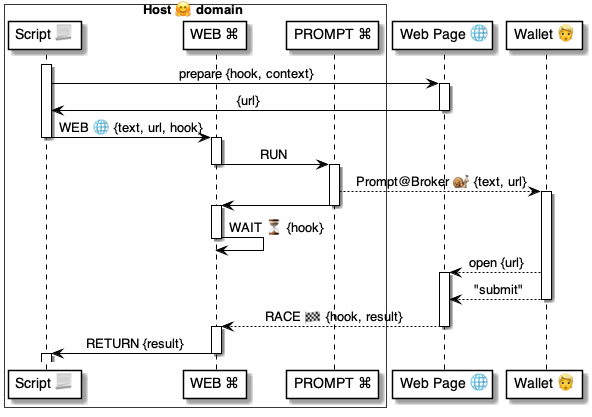
This is 4 ⚙️ Solution/37 Scripts 📃/📃 Prompts 🤔/🤔 Input ✏️ prompts/WEB 🌐/🌐 WEB ⚙️ uml.png from pollyweb-org/pollyweb-docs, a PlantUML export, as it was before one commit. Its source is kept beside it as 4 ⚙️ Solution/37 Scripts 📃/📃 Prompts 🤔/🤔 Input ✏️ prompts/WEB 🌐/🌐 WEB ⚙️ uml.puml.
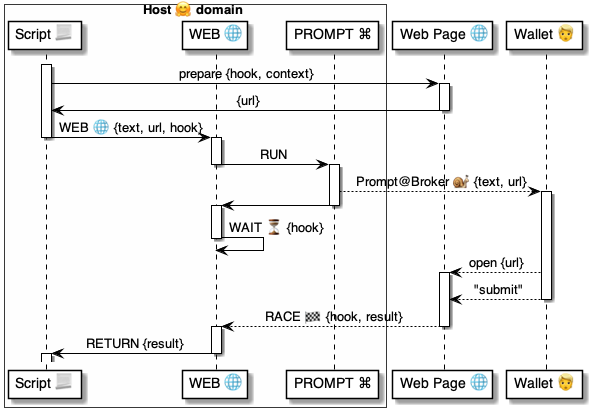
The same file after the commit.

The edit, as a diff of the source:
```diff
@@ -2,7 +2,7 @@
 
 box Host 🤗 domain #FFFFFD
     participant "Script 📃" as script
-    participant "WEB ⌘" as WEB
+    participant "WEB 🌐" as WEB
     participant "PROMPT ⌘" as PROMPT
 end box
 participant "Web Page 🌐" as page
```
